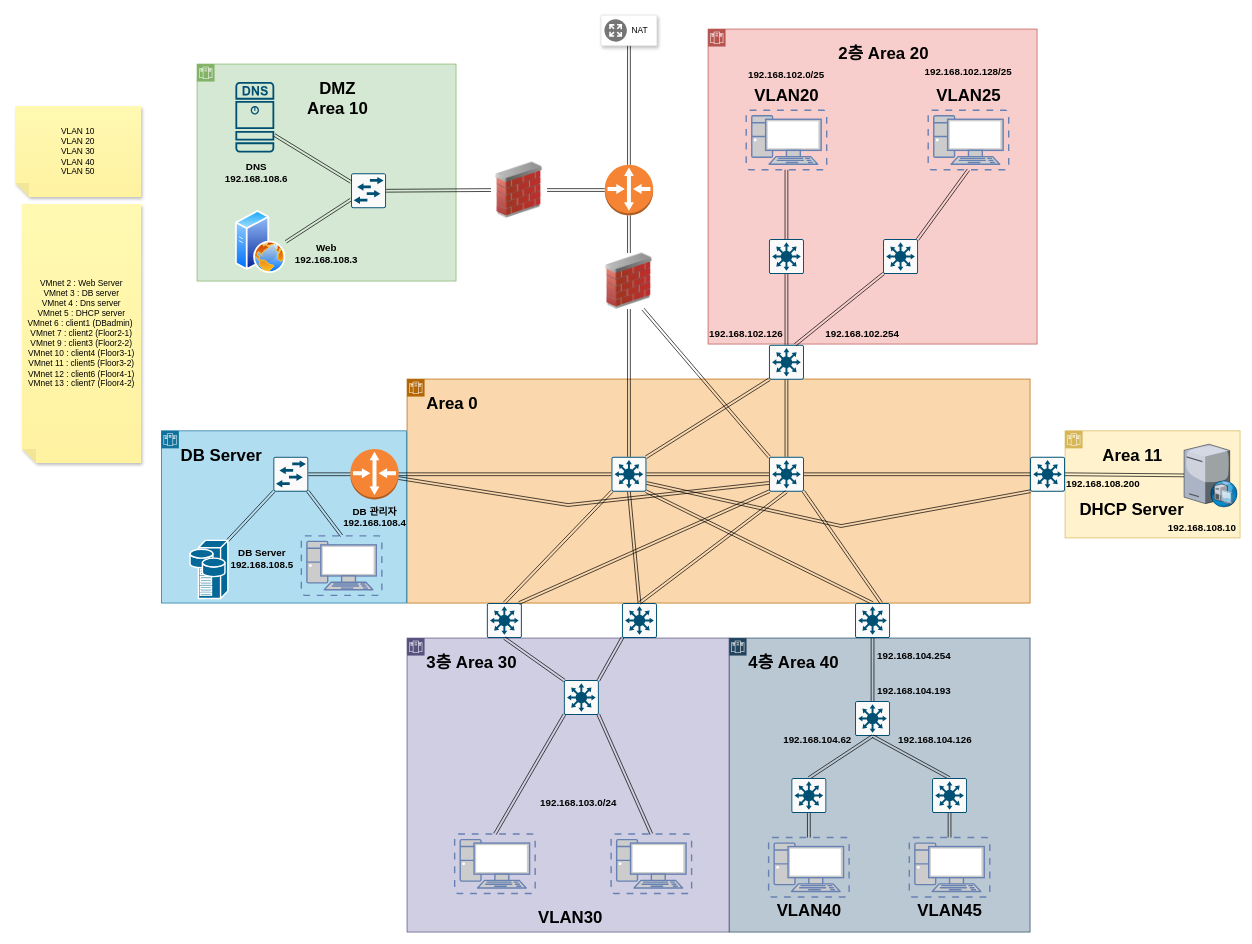
The draw.io diagram cloudnetwork.drawio in donhaklee/CloudStudy, before the edit. Source tidied: cells renumbered, new cells numbered last; positions are measured from the earlier drawing's top-left corner, leaving out a move shared by most shapes. Both pictures are drawn from the tidied source at 70%, with x=0, y=0 at pixel (15, 15).
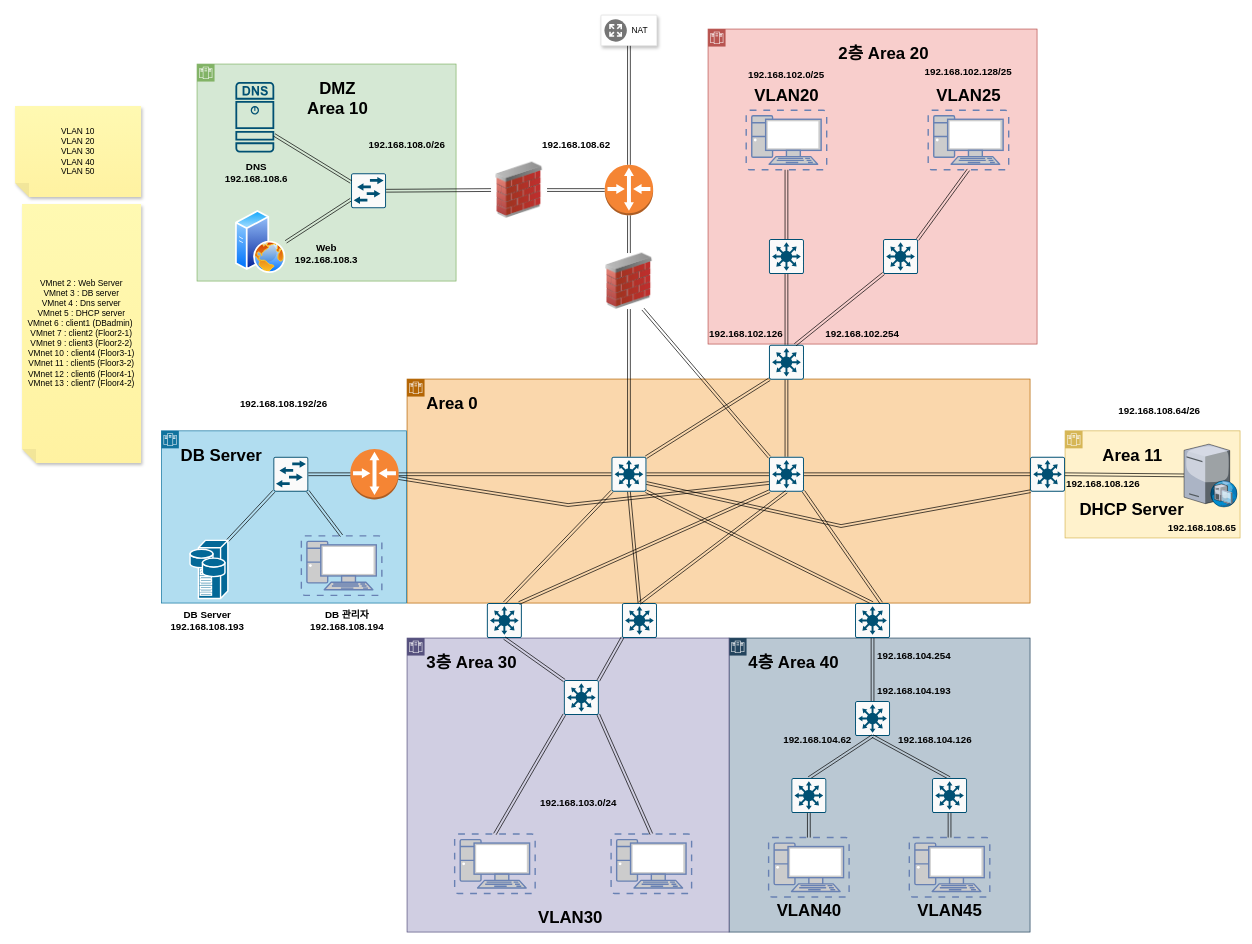
The same page after the edit.

The change refers to these unchanged cells:
```xml
<mxCell id="2" value="&lt;h1&gt;&amp;nbsp; &amp;nbsp; Area 11&lt;/h1&gt;" style="shape=mxgraph.ibm.box;prType=zone;fontStyle=0;verticalAlign=top;align=left;spacingLeft=32;spacingTop=4;fillColor=#fff2cc;rounded=0;whiteSpace=wrap;html=1;strokeColor=#d6b656;strokeWidth=1;dashed=0;spacing=-4;" parent="1" vertex="1">
  <mxGeometry x="1500" y="594" width="250" height="153" as="geometry" />
</mxCell>
<mxCell id="27" value="&lt;h1&gt;DB Server&lt;/h1&gt;" style="shape=mxgraph.ibm.box;prType=zone;fontStyle=0;verticalAlign=top;align=left;spacingLeft=32;spacingTop=4;fillColor=#b1ddf0;rounded=0;whiteSpace=wrap;html=1;strokeColor=#10739e;strokeWidth=1;dashed=0;spacing=-4;" parent="1" vertex="1">
  <mxGeometry x="209" y="594" width="350" height="246" as="geometry" />
</mxCell>
<mxCell id="54" value="&lt;h1&gt;DMZ&lt;br&gt;Area 10&lt;/h1&gt;" style="shape=mxgraph.ibm.box;prType=zone;fontStyle=0;verticalAlign=top;align=center;spacingLeft=32;spacingTop=4;fillColor=#d5e8d4;rounded=0;whiteSpace=wrap;html=1;strokeColor=#82b366;strokeWidth=1;dashed=0;spacing=-4;" parent="1" vertex="1">
  <mxGeometry x="260" y="70" width="370" height="310" as="geometry" />
</mxCell>
```

What changed in the source:
```diff
@@
-    <mxCell id="5" value="&lt;b&gt;&lt;font style=&quot;font-size: 14px;&quot;&gt;192.168.108.10&lt;/font&gt;&lt;/b&gt;" style="text;html=1;strokeColor=none;fillColor=none;align=center;verticalAlign=middle;whiteSpace=wrap;rounded=0;" parent="2" vertex="1">
+    <mxCell id="5" value="&lt;b&gt;&lt;font style=&quot;font-size: 14px;&quot;&gt;192.168.108.65&lt;/font&gt;&lt;/b&gt;" style="text;html=1;strokeColor=none;fillColor=none;align=center;verticalAlign=middle;whiteSpace=wrap;rounded=0;" parent="2" vertex="1">
       <mxGeometry x="146" y="123" width="100" height="30" as="geometry" />
     </mxCell>
-    <mxCell id="6" value="&lt;b&gt;&lt;font style=&quot;font-size: 14px;&quot;&gt;192.168.108.200&lt;/font&gt;&lt;/b&gt;" style="text;html=1;strokeColor=none;fillColor=none;align=center;verticalAlign=middle;whiteSpace=wrap;rounded=0;" parent="2" vertex="1">
+    <mxCell id="6" value="&lt;b&gt;&lt;font style=&quot;font-size: 14px;&quot;&gt;192.168.108.126&lt;/font&gt;&lt;/b&gt;" style="text;html=1;strokeColor=none;fillColor=none;align=center;verticalAlign=middle;whiteSpace=wrap;rounded=0;" parent="2" vertex="1">
       <mxGeometry y="61" width="108.5" height="30" as="geometry" />
     </mxCell>
@@
-    <mxCell id="28" value="&lt;b&gt;&lt;font style=&quot;font-size: 14px;&quot;&gt;DB Server&lt;br&gt;192.168.108.5&lt;/font&gt;&lt;/b&gt;" style="text;html=1;strokeColor=none;fillColor=none;align=center;verticalAlign=middle;whiteSpace=wrap;rounded=0;" parent="27" vertex="1">
-      <mxGeometry x="94" y="167" width="100" height="30" as="geometry" />
-    </mxCell>
-    <mxCell id="29" value="&lt;b&gt;&lt;font style=&quot;font-size: 14px;&quot;&gt;DB 관리자&lt;br&gt;192.168.108.4&lt;/font&gt;&lt;/b&gt;" style="text;html=1;strokeColor=none;fillColor=none;align=center;verticalAlign=middle;whiteSpace=wrap;rounded=0;" parent="27" vertex="1">
-      <mxGeometry x="254.5" y="108" width="100" height="30" as="geometry" />
-    </mxCell>
@@
+    <mxCell id="103" value="&lt;b&gt;&lt;font style=&quot;font-size: 14px;&quot;&gt;192.168.108.0/26&lt;/font&gt;&lt;/b&gt;" style="text;html=1;strokeColor=none;fillColor=none;align=center;verticalAlign=middle;whiteSpace=wrap;rounded=0;" parent="54" vertex="1">
+      <mxGeometry x="235" y="100" width="130" height="30" as="geometry" />
+    </mxCell>
@@
+    <mxCell id="104" value="&lt;b&gt;&lt;font style=&quot;font-size: 14px;&quot;&gt;192.168.108.64/26&lt;/font&gt;&lt;/b&gt;" style="text;html=1;strokeColor=none;fillColor=none;align=center;verticalAlign=middle;whiteSpace=wrap;rounded=0;" parent="1" vertex="1">
+      <mxGeometry x="1569.8" y="550" width="130.2" height="30" as="geometry" />
+    </mxCell>
+    <mxCell id="28" value="&lt;b&gt;&lt;font style=&quot;font-size: 14px;&quot;&gt;DB Server&lt;br&gt;192.168.108.193&lt;/font&gt;&lt;/b&gt;" style="text;html=1;strokeColor=none;fillColor=none;align=center;verticalAlign=middle;whiteSpace=wrap;rounded=0;" parent="1" vertex="1">
+      <mxGeometry x="220" y="850" width="110" height="30" as="geometry" />
+    </mxCell>
+    <mxCell id="29" value="&lt;b&gt;&lt;font style=&quot;font-size: 14px;&quot;&gt;DB 관리자&lt;br&gt;192.168.108.194&lt;/font&gt;&lt;/b&gt;" style="text;html=1;strokeColor=none;fillColor=none;align=center;verticalAlign=middle;whiteSpace=wrap;rounded=0;" parent="1" vertex="1">
+      <mxGeometry x="419" y="850" width="111" height="30" as="geometry" />
+    </mxCell>
+    <mxCell id="105" value="&lt;b&gt;&lt;font style=&quot;font-size: 14px;&quot;&gt;192.168.108.192/26&lt;/font&gt;&lt;/b&gt;" style="text;html=1;strokeColor=none;fillColor=none;align=center;verticalAlign=middle;whiteSpace=wrap;rounded=0;" parent="1" vertex="1">
+      <mxGeometry x="319" y="540" width="130" height="30" as="geometry" />
+    </mxCell>
+    <mxCell id="106" value="&lt;b&gt;&lt;font style=&quot;font-size: 14px;&quot;&gt;192.168.108.62&lt;/font&gt;&lt;/b&gt;" style="text;html=1;strokeColor=none;fillColor=none;align=center;verticalAlign=middle;whiteSpace=wrap;rounded=0;" parent="1" vertex="1">
+      <mxGeometry x="737" y="170" width="130" height="30" as="geometry" />
+    </mxCell>
```
